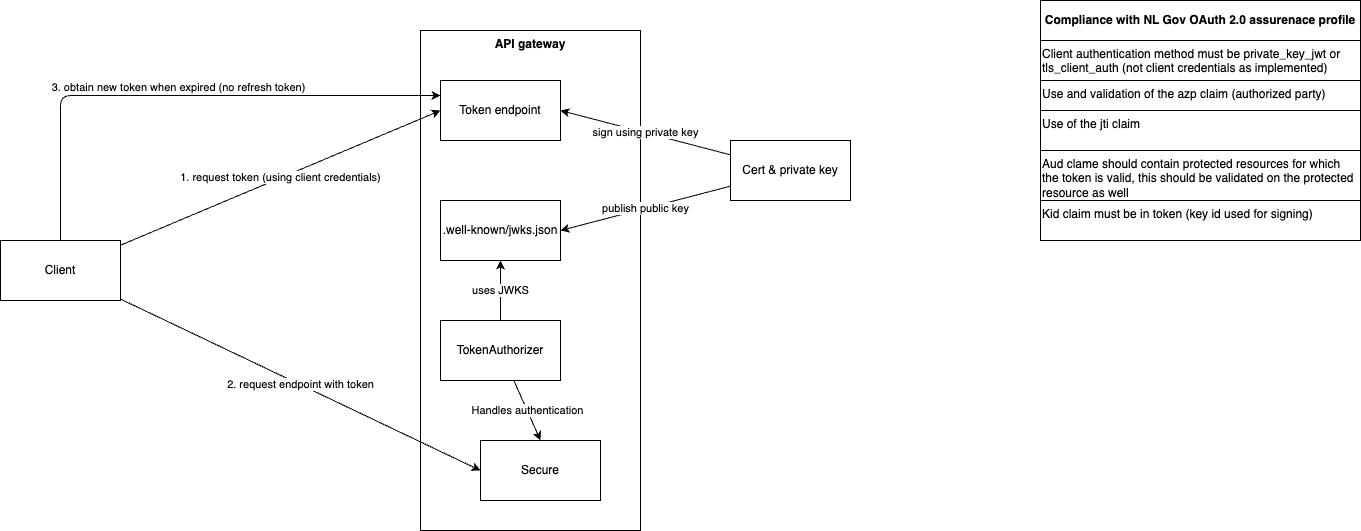
Above: docs/overview.drawio.png in GemeenteNijmegen/poc-authentication-service (draw.io), before the change. Source tidied: cells renumbered, new cells last; positions are measured from the earlier drawing's top-left corner, leaving out a move shared by most shapes. Source of this version:
```xml
<mxGraphModel background="#ffffff">
  <root>
    <mxCell id="0" />
    <mxCell id="1" parent="0" />
    <mxCell id="2" value="API gateway" style="rounded=0;whiteSpace=wrap;html=1;align=center;verticalAlign=top;fontStyle=1;" parent="1" vertex="1">
      <mxGeometry x="420" y="30" width="220" height="500" as="geometry" />
    </mxCell>
    <mxCell id="3" value="Token endpoint" style="rounded=0;whiteSpace=wrap;html=1;" parent="1" vertex="1">
      <mxGeometry x="440" y="80" width="120" height="60" as="geometry" />
    </mxCell>
    <mxCell id="4" value=".well-known/jwks.json" style="rounded=0;whiteSpace=wrap;html=1;" parent="1" vertex="1">
      <mxGeometry x="440" y="200" width="120" height="60" as="geometry" />
    </mxCell>
    <mxCell id="5" value="Secure" style="rounded=0;whiteSpace=wrap;html=1;" parent="1" vertex="1">
      <mxGeometry x="480" y="440" width="120" height="60" as="geometry" />
    </mxCell>
    <mxCell id="6" value="Handles authentication" style="edgeStyle=none;html=1;entryX=0.5;entryY=0;entryDx=0;entryDy=0;" parent="1" edge="1" source="8" target="5">
      <mxGeometry relative="1" as="geometry" />
    </mxCell>
    <mxCell id="7" value="uses JWKS" style="edgeStyle=none;html=1;exitX=0.5;exitY=0;exitDx=0;exitDy=0;" parent="1" edge="1" source="8" target="4">
      <mxGeometry relative="1" as="geometry" />
    </mxCell>
    <mxCell id="8" value="TokenAuthorizer" style="rounded=0;whiteSpace=wrap;html=1;" parent="1" vertex="1">
      <mxGeometry x="440" y="320" width="120" height="60" as="geometry" />
    </mxCell>
    <mxCell id="9" value="sign using private key" style="edgeStyle=none;html=1;entryX=1;entryY=0.5;entryDx=0;entryDy=0;" parent="1" edge="1" source="11" target="3">
      <mxGeometry relative="1" as="geometry" />
    </mxCell>
    <mxCell id="10" value="publish public key" style="edgeStyle=none;html=1;entryX=1;entryY=0.5;entryDx=0;entryDy=0;" parent="1" edge="1" source="11" target="4">
      <mxGeometry relative="1" as="geometry" />
    </mxCell>
    <mxCell id="11" value="Cert &amp;amp; private key" style="rounded=0;whiteSpace=wrap;html=1;" parent="1" vertex="1">
      <mxGeometry x="730" y="140" width="120" height="60" as="geometry" />
    </mxCell>
    <mxCell id="12" value="1. request token (using client credentials)" style="edgeStyle=none;html=1;entryX=0;entryY=0.5;entryDx=0;entryDy=0;" parent="1" edge="1" source="15" target="3">
      <mxGeometry relative="1" as="geometry" />
    </mxCell>
    <mxCell id="13" value="2. request endpoint with token" style="edgeStyle=none;html=1;entryX=0;entryY=0.5;entryDx=0;entryDy=0;" parent="1" edge="1" source="15" target="5">
      <mxGeometry relative="1" as="geometry" />
    </mxCell>
    <mxCell id="14" value="3. obtain new token when expired (no refresh token)" style="edgeStyle=none;html=1;entryX=0;entryY=0.25;entryDx=0;entryDy=0;" parent="1" edge="1" source="15" target="3">
      <mxGeometry y="8" relative="1" as="geometry">
        <Array as="points">
          <mxPoint x="60" y="95" />
        </Array>
      </mxGeometry>
    </mxCell>
    <mxCell id="15" value="Client" style="rounded=0;whiteSpace=wrap;html=1;" parent="1" vertex="1">
      <mxGeometry y="240" width="120" height="60" as="geometry" />
    </mxCell>
    <mxCell id="16" value="&lt;b&gt;Compliance with NL Gov OAuth 2.0 assurenace profile&lt;/b&gt;" style="rounded=0;whiteSpace=wrap;html=1;verticalAlign=middle;align=center;" parent="1" vertex="1">
      <mxGeometry x="1040" width="320" height="40" as="geometry" />
    </mxCell>
    <mxCell id="17" value="&lt;span style=&quot;&quot;&gt;Client authentication method must be private_key_jwt or tls_client_auth (not client credentials as implemented)&lt;/span&gt;" style="rounded=0;whiteSpace=wrap;html=1;align=left;verticalAlign=top;" parent="1" vertex="1">
      <mxGeometry x="1040" y="40" width="320" height="40" as="geometry" />
    </mxCell>
    <mxCell id="18" value="&lt;span style=&quot;&quot;&gt;Use and validation of the azp claim (authorized party)&lt;br&gt;&lt;/span&gt;" style="rounded=0;whiteSpace=wrap;html=1;align=left;verticalAlign=top;" parent="1" vertex="1">
      <mxGeometry x="1040" y="80" width="320" height="40" as="geometry" />
    </mxCell>
    <mxCell id="19" value="&lt;span style=&quot;&quot;&gt;Use of the jti claim&lt;br&gt;&lt;/span&gt;" style="rounded=0;whiteSpace=wrap;html=1;align=left;verticalAlign=top;" parent="1" vertex="1">
      <mxGeometry x="1040" y="110" width="320" height="40" as="geometry" />
    </mxCell>
    <mxCell id="20" value="&lt;span style=&quot;&quot;&gt;Aud clame should contain protected resources for which the token is valid, this should be validated on the protected resource as well&lt;br&gt;&lt;/span&gt;" style="rounded=0;whiteSpace=wrap;html=1;align=left;verticalAlign=top;" parent="1" vertex="1">
      <mxGeometry x="1040" y="150" width="320" height="50" as="geometry" />
    </mxCell>
    <mxCell id="21" value="&lt;span style=&quot;&quot;&gt;Kid claim must be in token (key id used for signing)&lt;br&gt;&lt;/span&gt;" style="rounded=0;whiteSpace=wrap;html=1;align=left;verticalAlign=top;" parent="1" vertex="1">
      <mxGeometry x="1040" y="200" width="320" height="40" as="geometry" />
    </mxCell>
  </root>
</mxGraphModel>
```
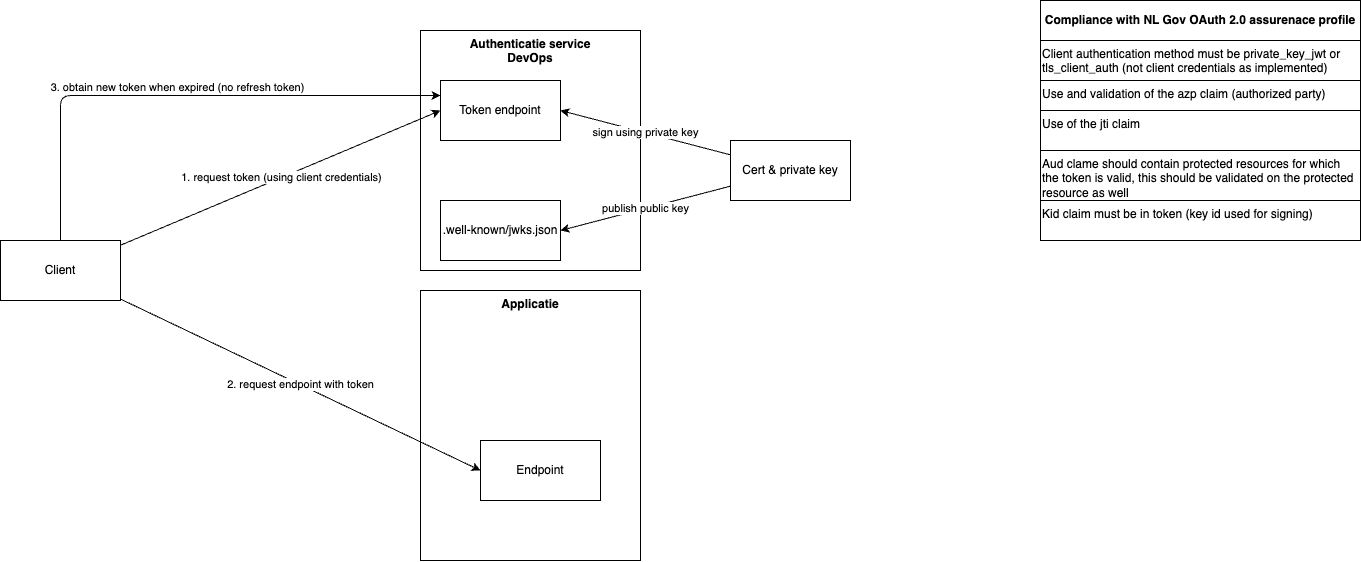
Later version of the same file.

The edit, as a diff of the source:
```diff
@@ -2,8 +2,11 @@
   <root>
     <mxCell id="0" />
     <mxCell id="1" parent="0" />
+    <mxCell id="22" value="Applicatie" style="rounded=0;whiteSpace=wrap;html=1;align=center;verticalAlign=top;fontStyle=1;" parent="1" vertex="1">
+      <mxGeometry x="420" y="290" width="220" height="270" as="geometry" />
+    </mxCell>
-    <mxCell id="2" value="API gateway" style="rounded=0;whiteSpace=wrap;html=1;align=center;verticalAlign=top;fontStyle=1;" parent="1" vertex="1">
-      <mxGeometry x="420" y="30" width="220" height="500" as="geometry" />
+    <mxCell id="2" value="Authenticatie service&lt;br&gt;DevOps" style="rounded=0;whiteSpace=wrap;html=1;align=center;verticalAlign=top;fontStyle=1;" parent="1" vertex="1">
+      <mxGeometry x="420" y="30" width="220" height="240" as="geometry" />
     </mxCell>
     <mxCell id="3" value="Token endpoint" style="rounded=0;whiteSpace=wrap;html=1;" parent="1" vertex="1">
       <mxGeometry x="440" y="80" width="120" height="60" as="geometry" />
@@ -11,18 +14,9 @@
     <mxCell id="4" value=".well-known/jwks.json" style="rounded=0;whiteSpace=wrap;html=1;" parent="1" vertex="1">
       <mxGeometry x="440" y="200" width="120" height="60" as="geometry" />
     </mxCell>
-    <mxCell id="5" value="Secure" style="rounded=0;whiteSpace=wrap;html=1;" parent="1" vertex="1">
+    <mxCell id="5" value="Endpoint" style="rounded=0;whiteSpace=wrap;html=1;" parent="1" vertex="1">
       <mxGeometry x="480" y="440" width="120" height="60" as="geometry" />
     </mxCell>
-    <mxCell id="6" value="Handles authentication" style="edgeStyle=none;html=1;entryX=0.5;entryY=0;entryDx=0;entryDy=0;" parent="1" edge="1" source="8" target="5">
-      <mxGeometry relative="1" as="geometry" />
-    </mxCell>
-    <mxCell id="7" value="uses JWKS" style="edgeStyle=none;html=1;exitX=0.5;exitY=0;exitDx=0;exitDy=0;" parent="1" edge="1" source="8" target="4">
-      <mxGeometry relative="1" as="geometry" />
-    </mxCell>
-    <mxCell id="8" value="TokenAuthorizer" style="rounded=0;whiteSpace=wrap;html=1;" parent="1" vertex="1">
-      <mxGeometry x="440" y="320" width="120" height="60" as="geometry" />
-    </mxCell>
     <mxCell id="9" value="sign using private key" style="edgeStyle=none;html=1;entryX=1;entryY=0.5;entryDx=0;entryDy=0;" parent="1" edge="1" source="11" target="3">
       <mxGeometry relative="1" as="geometry" />
     </mxCell>
```
